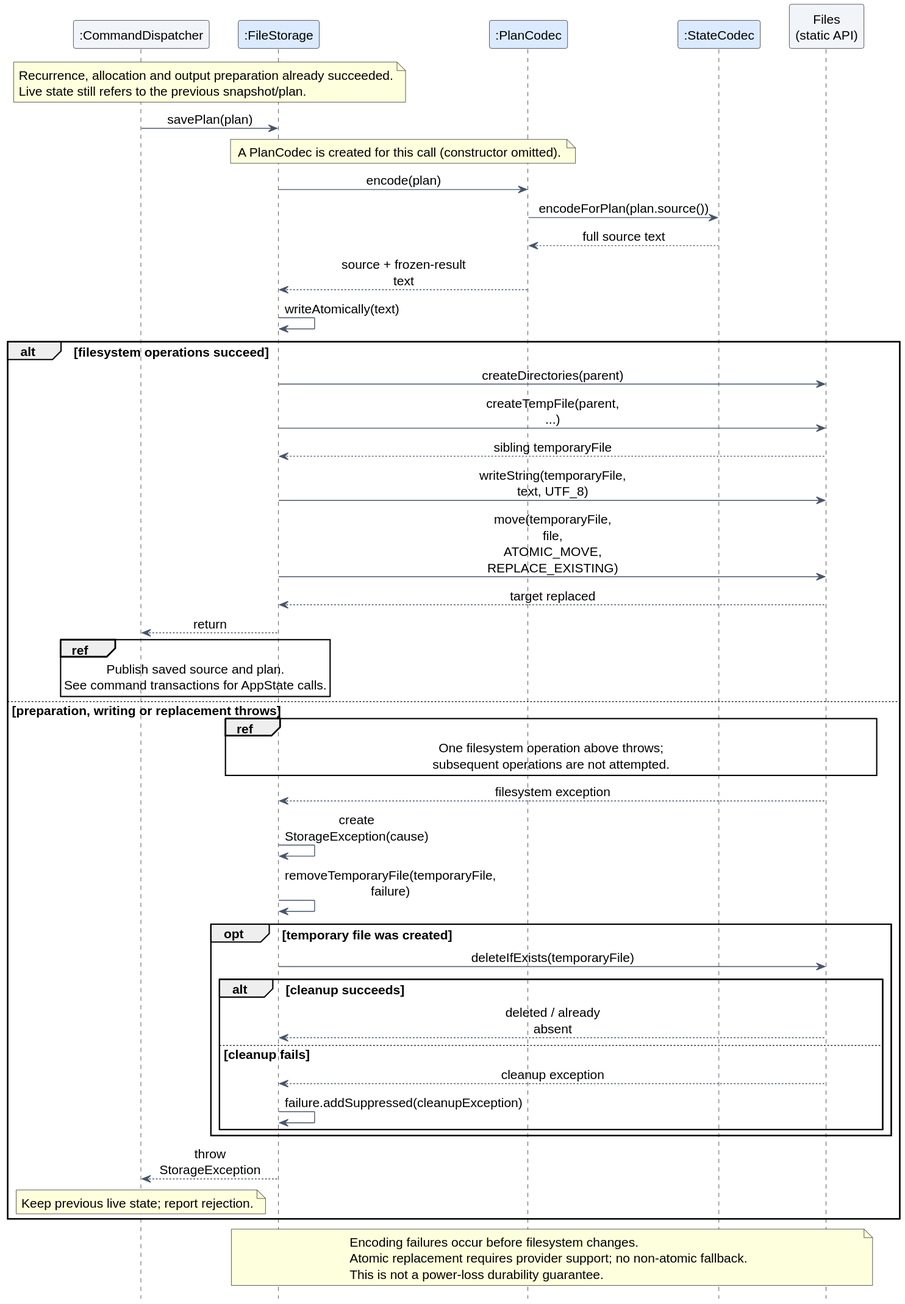
The PlantUML diagram docs/images/ernest-atomic-plan-save.svg in AY2627S1-CS2113-T10-1/tp, before a commit. The source it was exported from:
```plantuml
@startuml
skinparam backgroundColor white
skinparam shadowing false
skinparam defaultFontName SansSerif
skinparam defaultFontSize 15
skinparam sequenceMessageAlign center
skinparam responseMessageBelowArrow true
skinparam maxMessageSize 150
skinparam ParticipantPadding 12
skinparam ArrowColor #475569
hide footbox

participant ":CommandDispatcher" as Dispatcher #F1F5F9
participant ":FileStorage" as Storage #DBEAFE
participant ":PlanCodec" as Plans #DBEAFE
participant ":StateCodec" as Snapshots #DBEAFE
participant "Files\n(static API)" as Files #F1F5F9

note over Dispatcher, Storage
  Recurrence, allocation and output preparation already succeeded.
  Live state still refers to the previous snapshot/plan.
end note
Dispatcher -> Storage : savePlan(plan)
note over Storage, Plans : A PlanCodec is created for this call (constructor omitted).
Storage -> Plans : encode(plan)
Plans -> Snapshots : encodeForPlan(plan.source())
Snapshots --> Plans : full source text
Plans --> Storage : source + frozen-result text
Storage -> Storage : writeAtomically(text)

alt filesystem operations succeed
    Storage -> Files : createDirectories(parent)
    Storage -> Files : createTempFile(parent, ...)
    Files --> Storage : sibling temporaryFile
    Storage -> Files : writeString(temporaryFile, text, UTF_8)
    Storage -> Files : move(temporaryFile, file,\nATOMIC_MOVE, REPLACE_EXISTING)
    Files --> Storage : target replaced
    Storage --> Dispatcher : return
    ref over Dispatcher
      Publish saved source and plan.
      See command transactions for AppState calls.
    end ref
else preparation, writing or replacement throws
    ref over Storage, Files
      One filesystem operation above throws;
      subsequent operations are not attempted.
    end ref
    Files --> Storage : filesystem exception
    Storage -> Storage : create StorageException(cause)
    Storage -> Storage : removeTemporaryFile(temporaryFile, failure)
    opt temporary file was created
        Storage -> Files : deleteIfExists(temporaryFile)
        alt cleanup succeeds
            Files --> Storage : deleted / already absent
        else cleanup fails
            Files --> Storage : cleanup exception
            Storage -> Storage : failure.addSuppressed(cleanupException)
        end
    end
    Storage --> Dispatcher : throw StorageException
    note over Dispatcher : Keep previous live state; report rejection.
end

note over Storage, Files
  Encoding failures occur before filesystem changes.
  Atomic replacement requires provider support; no non-atomic fallback.
  This is not a power-loss durability guarantee.
end note
@enduml
```
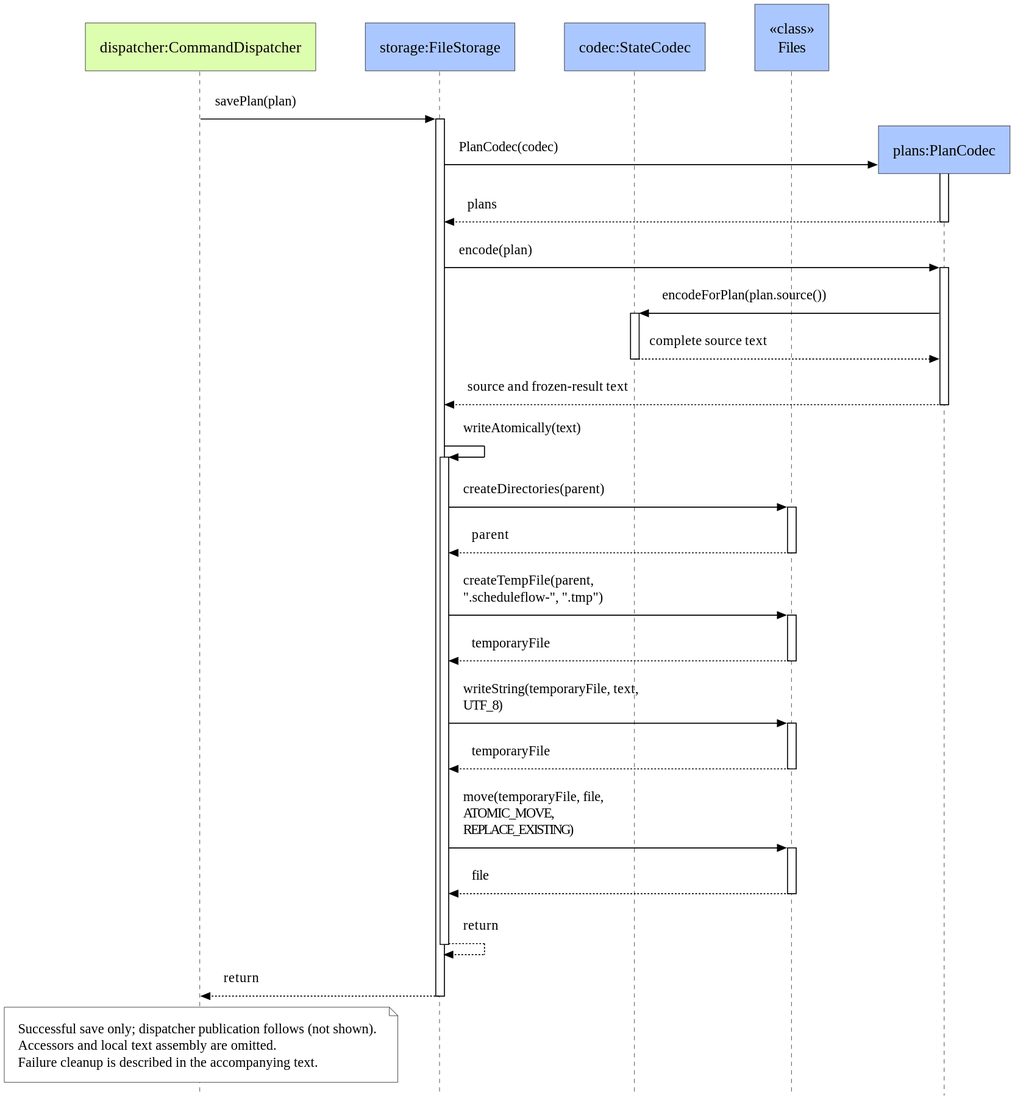
Above is the later version.

Change to the diagram source:
```diff
@@ -1,69 +1,33 @@
 @startuml
-skinparam backgroundColor white
-skinparam shadowing false
-skinparam defaultFontName SansSerif
-skinparam defaultFontSize 15
-skinparam sequenceMessageAlign center
-skinparam responseMessageBelowArrow true
-skinparam maxMessageSize 150
-skinparam ParticipantPadding 12
-skinparam ArrowColor #475569
-hide footbox
+!include course-style.puml
 
-participant ":CommandDispatcher" as Dispatcher #F1F5F9
-participant ":FileStorage" as Storage #DBEAFE
-participant ":PlanCodec" as Plans #DBEAFE
-participant ":StateCodec" as Snapshots #DBEAFE
-participant "Files\n(static API)" as Files #F1F5F9
+participant "dispatcher:CommandDispatcher" as Dispatcher DOMAIN
+participant "storage:FileStorage" as Storage PERSISTENCE
+participant "codec:StateCodec" as Snapshots PERSISTENCE
+participant "Files" as Files <<class>> PERSISTENCE
 
-note over Dispatcher, Storage
-  Recurrence, allocation and output preparation already succeeded.
-  Live state still refers to the previous snapshot/plan.
-end note
-Dispatcher -> Storage : savePlan(plan)
-note over Storage, Plans : A PlanCodec is created for this call (constructor omitted).
-Storage -> Plans : encode(plan)
-Plans -> Snapshots : encodeForPlan(plan.source())
-Snapshots --> Plans : full source text
-Plans --> Storage : source + frozen-result text
-Storage -> Storage : writeAtomically(text)
-
-alt filesystem operations succeed
-    Storage -> Files : createDirectories(parent)
-    Storage -> Files : createTempFile(parent, ...)
-    Files --> Storage : sibling temporaryFile
-    Storage -> Files : writeString(temporaryFile, text, UTF_8)
-    Storage -> Files : move(temporaryFile, file,\nATOMIC_MOVE, REPLACE_EXISTING)
-    Files --> Storage : target replaced
-    Storage --> Dispatcher : return
-    ref over Dispatcher
-      Publish saved source and plan.
-      See command transactions for AppState calls.
-    end ref
-else preparation, writing or replacement throws
-    ref over Storage, Files
-      One filesystem operation above throws;
-      subsequent operations are not attempted.
-    end ref
-    Files --> Storage : filesystem exception
-    Storage -> Storage : create StorageException(cause)
-    Storage -> Storage : removeTemporaryFile(temporaryFile, failure)
-    opt temporary file was created
-        Storage -> Files : deleteIfExists(temporaryFile)
-        alt cleanup succeeds
-            Files --> Storage : deleted / already absent
-        else cleanup fails
-            Files --> Storage : cleanup exception
-            Storage -> Storage : failure.addSuppressed(cleanupException)
-        end
-    end
-    Storage --> Dispatcher : throw StorageException
-    note over Dispatcher : Keep previous live state; report rejection.
-end
-
-note over Storage, Files
-  Encoding failures occur before filesystem changes.
-  Atomic replacement requires provider support; no non-atomic fallback.
-  This is not a power-loss durability guarantee.
+Dispatcher -> Storage ++ : savePlan(plan)
+create participant "plans:PlanCodec" as Plans PERSISTENCE
+Storage -> Plans ++ : PlanCodec(codec)
+Plans --> Storage -- : plans
+Storage -> Plans ++ : encode(plan)
+Plans -> Snapshots ++ : encodeForPlan(plan.source())
+Snapshots --> Plans -- : complete source text
+Plans --> Storage -- : source and frozen-result text
+Storage -> Storage ++ : writeAtomically(text)
+Storage -> Files ++ : createDirectories(parent)
+Files --> Storage -- : parent
+Storage -> Files ++ : createTempFile(parent, ".scheduleflow-", ".tmp")
+Files --> Storage -- : temporaryFile
+Storage -> Files ++ : writeString(temporaryFile, text, UTF_8)
+Files --> Storage -- : temporaryFile
+Storage -> Files ++ : move(temporaryFile, file,\nATOMIC_MOVE, REPLACE_EXISTING)
+Files --> Storage -- : file
+Storage --> Storage -- : return
+Storage --> Dispatcher -- : return
+note over Dispatcher
+  Successful save only; dispatcher publication follows (not shown).
+  Accessors and local text assembly are omitted.
+  Failure cleanup is described in the accompanying text.
 end note
 @enduml
```
